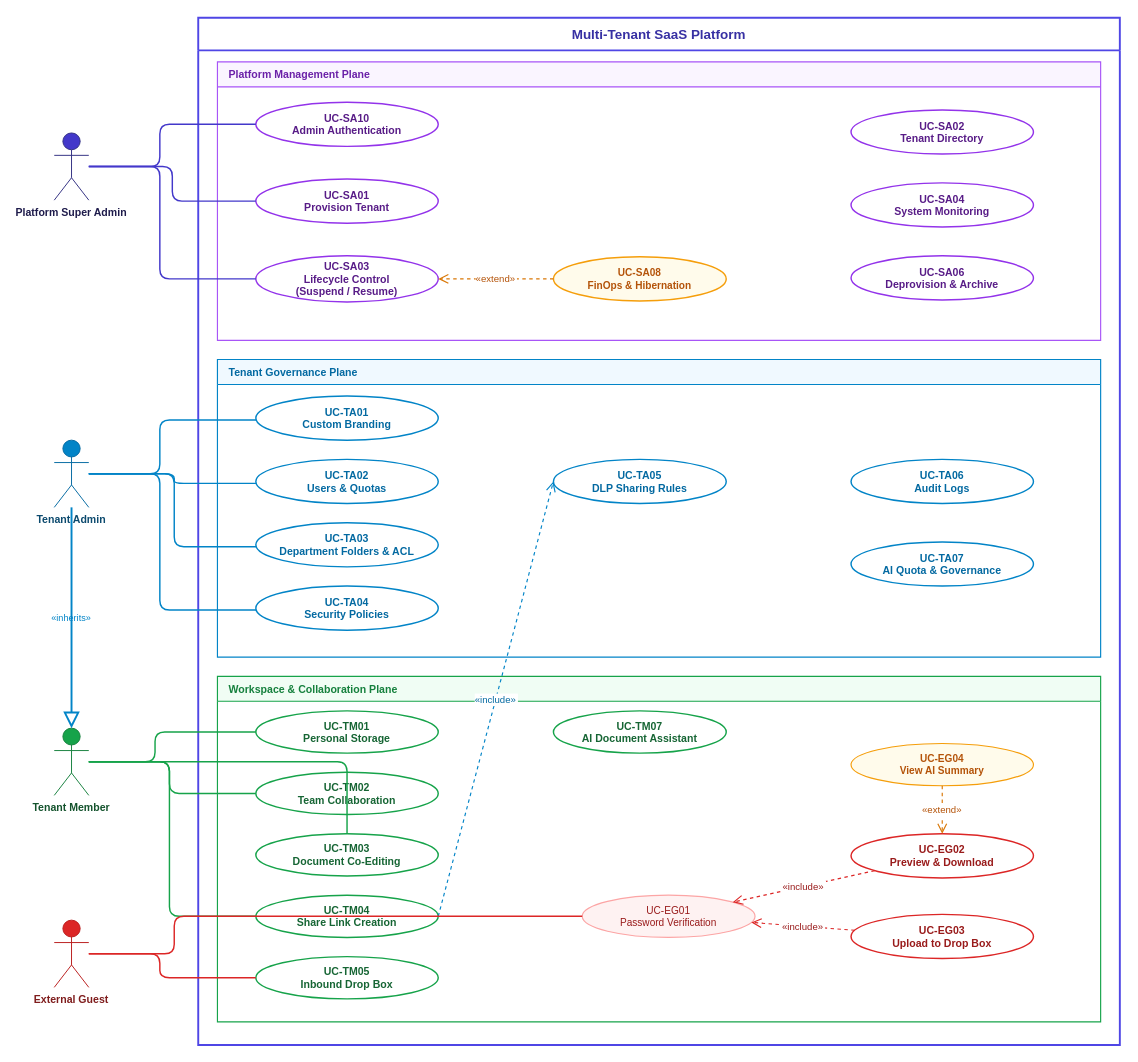
This is system_master_usecase_4actors_column.drawio from FilestoreCloud/docs, a draw.io file, before an edit. Source tidied: cells renumbered, new cells numbered last; positions are measured from the earlier drawing's top-left corner, leaving out a move shared by most shapes. Both pictures are drawn from the tidied source at 96%, with x=0, y=0 at pixel (54, 17).
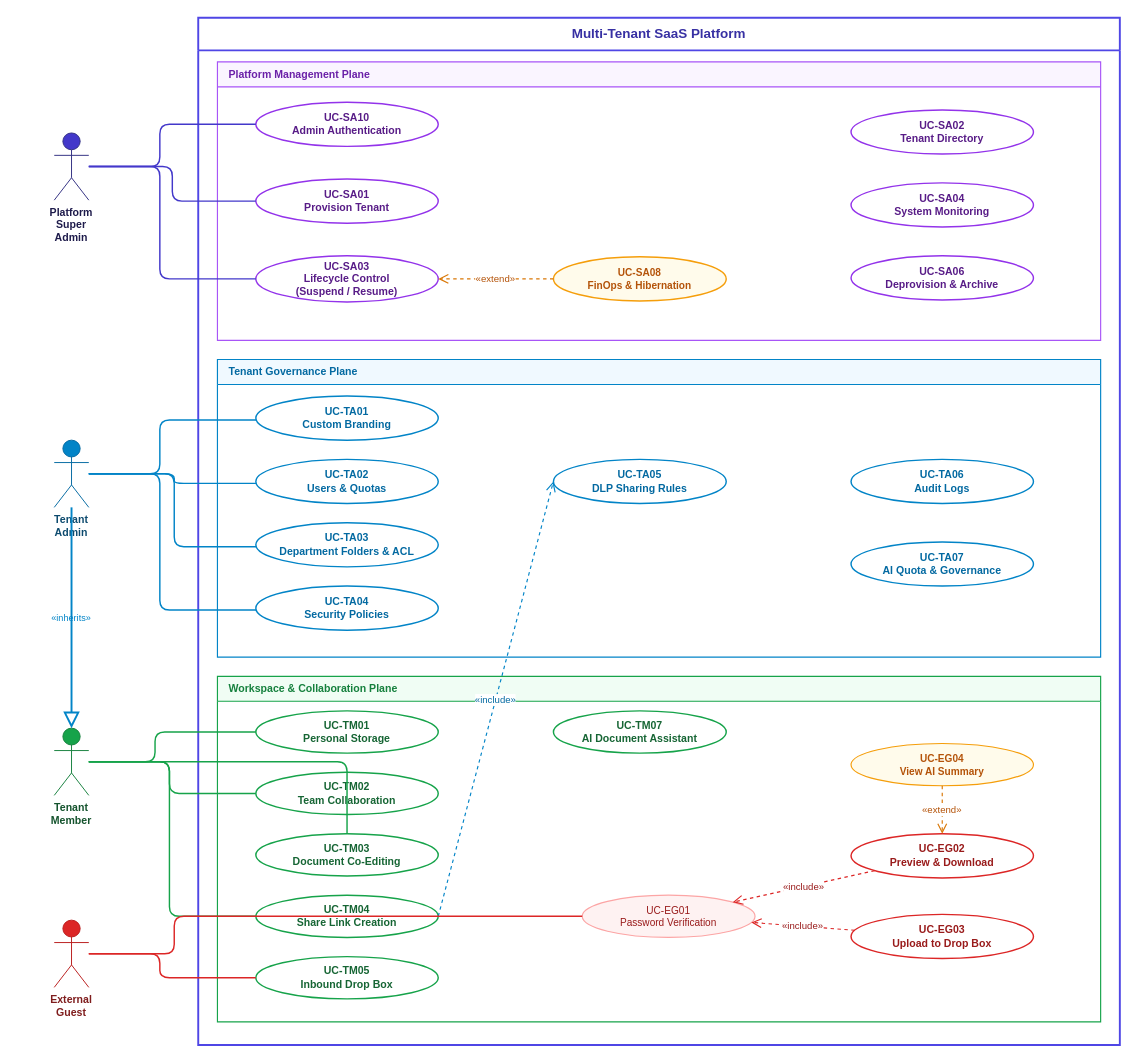
The same page after the edit.

What changed in the source:
```diff
@@
-    <mxCell id="2" value="Multi-Tenant SaaS Platform" style="html=0;swimlane;startSize=34;fillColor=none;strokeColor=#4F46E5;strokeWidth=2;fontStyle=1;fontSize=14;fontColor=#3730A3;rounded=0;arcSize=0;align=center;" parent="1" vertex="1">
+    <mxCell id="2" value="Multi-Tenant SaaS Platform" style="html=0;swimlane;startSize=34;fillColor=none;strokeColor=#4F46E5;strokeWidth=2;fontStyle=1;fontSize=14;fontColor=#3730A3;rounded=0;arcSize=0;align=center;whiteSpace=wrap;" parent="1" vertex="1">
       <mxGeometry x="150" width="960" height="1070" as="geometry" />
     </mxCell>
-    <mxCell id="3" value="Platform Management Plane" style="html=0;swimlane;startSize=26;fillColor=#FAF5FF;strokeColor=#A855F7;strokeWidth=1.2;fontStyle=1;fontSize=11;fontColor=#6B21A8;rounded=0;arcSize=0;align=left;spacingLeft=10;" parent="2" vertex="1">
+    <mxCell id="3" value="Platform Management Plane" style="html=0;swimlane;startSize=26;fillColor=#FAF5FF;strokeColor=#A855F7;strokeWidth=1.2;fontStyle=1;fontSize=11;fontColor=#6B21A8;rounded=0;arcSize=0;align=left;spacingLeft=10;whiteSpace=wrap;" parent="2" vertex="1">
       <mxGeometry x="20" y="46" width="920" height="290" as="geometry" />
     </mxCell>
-    <mxCell id="4" value="UC-SA10&#10;Admin Authentication" style="ellipse;html=0;fillColor=#FFFFFF;strokeColor=#9333EA;strokeWidth=1.5;fontSize=11;fontColor=#581C87;align=center;fontStyle=1;" parent="3" vertex="1">
+    <mxCell id="4" value="UC-SA10&#10;Admin Authentication" style="ellipse;html=0;fillColor=#FFFFFF;strokeColor=#9333EA;strokeWidth=1.5;fontSize=11;fontColor=#581C87;align=center;fontStyle=1;whiteSpace=wrap;" parent="3" vertex="1">
       <mxGeometry x="40" y="42" width="190" height="46" as="geometry" />
     </mxCell>
-    <mxCell id="5" value="UC-SA01&#10;Provision Tenant" style="ellipse;html=0;fillColor=#FFFFFF;strokeColor=#9333EA;strokeWidth=1.5;fontSize=11;fontColor=#581C87;align=center;fontStyle=1;" parent="3" vertex="1">
+    <mxCell id="5" value="UC-SA01&#10;Provision Tenant" style="ellipse;html=0;fillColor=#FFFFFF;strokeColor=#9333EA;strokeWidth=1.5;fontSize=11;fontColor=#581C87;align=center;fontStyle=1;whiteSpace=wrap;" parent="3" vertex="1">
       <mxGeometry x="40" y="122" width="190" height="46" as="geometry" />
     </mxCell>
-    <mxCell id="6" value="UC-SA03&#10;Lifecycle Control&#10;(Suspend / Resume)" style="ellipse;html=0;fillColor=#FFFFFF;strokeColor=#9333EA;strokeWidth=1.5;fontSize=11;fontColor=#581C87;align=center;fontStyle=1;" parent="3" vertex="1">
+    <mxCell id="6" value="UC-SA03&#10;Lifecycle Control&#10;(Suspend / Resume)" style="ellipse;html=0;fillColor=#FFFFFF;strokeColor=#9333EA;strokeWidth=1.5;fontSize=11;fontColor=#581C87;align=center;fontStyle=1;whiteSpace=wrap;" parent="3" vertex="1">
       <mxGeometry x="40" y="202" width="190" height="48" as="geometry" />
     </mxCell>
-    <mxCell id="7" value="UC-SA08&#10;FinOps &amp; Hibernation" style="ellipse;html=0;fillColor=#FFFBEB;strokeColor=#F59E0B;strokeWidth=1.5;fontSize=10.5;fontColor=#B45309;align=center;fontStyle=1;" parent="3" vertex="1">
+    <mxCell id="7" value="UC-SA08&#10;FinOps &amp; Hibernation" style="ellipse;html=0;fillColor=#FFFBEB;strokeColor=#F59E0B;strokeWidth=1.5;fontSize=10.5;fontColor=#B45309;align=center;fontStyle=1;whiteSpace=wrap;" parent="3" vertex="1">
       <mxGeometry x="350" y="203" width="180" height="46" as="geometry" />
     </mxCell>
-    <mxCell id="8" value="UC-SA02&#10;Tenant Directory" style="ellipse;html=0;fillColor=#FFFFFF;strokeColor=#9333EA;strokeWidth=1.5;fontSize=11;fontColor=#581C87;align=center;fontStyle=1;" parent="3" vertex="1">
+    <mxCell id="8" value="UC-SA02&#10;Tenant Directory" style="ellipse;html=0;fillColor=#FFFFFF;strokeColor=#9333EA;strokeWidth=1.5;fontSize=11;fontColor=#581C87;align=center;fontStyle=1;whiteSpace=wrap;" parent="3" vertex="1">
       <mxGeometry x="660" y="50" width="190" height="46" as="geometry" />
     </mxCell>
-    <mxCell id="9" value="UC-SA04&#10;System Monitoring" style="ellipse;html=0;fillColor=#FFFFFF;strokeColor=#9333EA;strokeWidth=1.5;fontSize=11;fontColor=#581C87;align=center;fontStyle=1;" parent="3" vertex="1">
+    <mxCell id="9" value="UC-SA04&#10;System Monitoring" style="ellipse;html=0;fillColor=#FFFFFF;strokeColor=#9333EA;strokeWidth=1.5;fontSize=11;fontColor=#581C87;align=center;fontStyle=1;whiteSpace=wrap;" parent="3" vertex="1">
       <mxGeometry x="660" y="126" width="190" height="46" as="geometry" />
     </mxCell>
-    <mxCell id="10" value="UC-SA06&#10;Deprovision &amp; Archive" style="ellipse;html=0;fillColor=#FFFFFF;strokeColor=#9333EA;strokeWidth=1.5;fontSize=11;fontColor=#581C87;align=center;fontStyle=1;" parent="3" vertex="1">
+    <mxCell id="10" value="UC-SA06&#10;Deprovision &amp; Archive" style="ellipse;html=0;fillColor=#FFFFFF;strokeColor=#9333EA;strokeWidth=1.5;fontSize=11;fontColor=#581C87;align=center;fontStyle=1;whiteSpace=wrap;" parent="3" vertex="1">
       <mxGeometry x="660" y="202" width="190" height="46" as="geometry" />
     </mxCell>
-    <mxCell id="11" value="«extend»" style="edgeStyle=none;html=0;dashed=1;endArrow=open;endSize=8;strokeColor=#D97706;strokeWidth=1.2;fontSize=10;fontColor=#B45309;align=center;" parent="3" edge="1" source="7" target="6">
+    <mxCell id="11" value="«extend»" style="edgeStyle=none;html=0;dashed=1;endArrow=open;endSize=8;strokeColor=#D97706;strokeWidth=1.2;fontSize=10;fontColor=#B45309;align=center;whiteSpace=wrap;" parent="3" edge="1" source="7" target="6">
       <mxGeometry relative="1" as="geometry" />
     </mxCell>
-    <mxCell id="12" value="Tenant Governance Plane" style="html=0;swimlane;startSize=26;fillColor=#F0F9FF;strokeColor=#0284C7;strokeWidth=1.2;fontStyle=1;fontSize=11;fontColor=#0369A1;rounded=0;arcSize=0;align=left;spacingLeft=10;" parent="2" vertex="1">
+    <mxCell id="12" value="Tenant Governance Plane" style="html=0;swimlane;startSize=26;fillColor=#F0F9FF;strokeColor=#0284C7;strokeWidth=1.2;fontStyle=1;fontSize=11;fontColor=#0369A1;rounded=0;arcSize=0;align=left;spacingLeft=10;whiteSpace=wrap;" parent="2" vertex="1">
       <mxGeometry x="20" y="356" width="920" height="310" as="geometry" />
     </mxCell>
-    <mxCell id="13" value="UC-TA01&#10;Custom Branding" style="ellipse;html=0;fillColor=#FFFFFF;strokeColor=#0284C7;strokeWidth=1.5;fontSize=11;fontColor=#0369A1;align=center;fontStyle=1;" parent="12" vertex="1">
+    <mxCell id="13" value="UC-TA01&#10;Custom Branding" style="ellipse;html=0;fillColor=#FFFFFF;strokeColor=#0284C7;strokeWidth=1.5;fontSize=11;fontColor=#0369A1;align=center;fontStyle=1;whiteSpace=wrap;" parent="12" vertex="1">
       <mxGeometry x="40" y="38" width="190" height="46" as="geometry" />
     </mxCell>
-    <mxCell id="14" value="UC-TA02&#10;Users &amp; Quotas" style="ellipse;html=0;fillColor=#FFFFFF;strokeColor=#0284C7;strokeWidth=1.5;fontSize=11;fontColor=#0369A1;align=center;fontStyle=1;" parent="12" vertex="1">
+    <mxCell id="14" value="UC-TA02&#10;Users &amp; Quotas" style="ellipse;html=0;fillColor=#FFFFFF;strokeColor=#0284C7;strokeWidth=1.5;fontSize=11;fontColor=#0369A1;align=center;fontStyle=1;whiteSpace=wrap;" parent="12" vertex="1">
       <mxGeometry x="40" y="104" width="190" height="46" as="geometry" />
     </mxCell>
-    <mxCell id="15" value="UC-TA03&#10;Department Folders &amp; ACL" style="ellipse;html=0;fillColor=#FFFFFF;strokeColor=#0284C7;strokeWidth=1.5;fontSize=11;fontColor=#0369A1;align=center;fontStyle=1;" parent="12" vertex="1">
+    <mxCell id="15" value="UC-TA03&#10;Department Folders &amp; ACL" style="ellipse;html=0;fillColor=#FFFFFF;strokeColor=#0284C7;strokeWidth=1.5;fontSize=11;fontColor=#0369A1;align=center;fontStyle=1;whiteSpace=wrap;" parent="12" vertex="1">
       <mxGeometry x="40" y="170" width="190" height="46" as="geometry" />
     </mxCell>
-    <mxCell id="16" value="UC-TA04&#10;Security Policies" style="ellipse;html=0;fillColor=#FFFFFF;strokeColor=#0284C7;strokeWidth=1.5;fontSize=11;fontColor=#0369A1;align=center;fontStyle=1;" parent="12" vertex="1">
+    <mxCell id="16" value="UC-TA04&#10;Security Policies" style="ellipse;html=0;fillColor=#FFFFFF;strokeColor=#0284C7;strokeWidth=1.5;fontSize=11;fontColor=#0369A1;align=center;fontStyle=1;whiteSpace=wrap;" parent="12" vertex="1">
       <mxGeometry x="40" y="236" width="190" height="46" as="geometry" />
     </mxCell>
-    <mxCell id="17" value="UC-TA05&#10;DLP Sharing Rules" style="ellipse;html=0;fillColor=#FFFFFF;strokeColor=#0284C7;strokeWidth=1.5;fontSize=11;fontColor=#0369A1;align=center;fontStyle=1;" parent="12" vertex="1">
+    <mxCell id="17" value="UC-TA05&#10;DLP Sharing Rules" style="ellipse;html=0;fillColor=#FFFFFF;strokeColor=#0284C7;strokeWidth=1.5;fontSize=11;fontColor=#0369A1;align=center;fontStyle=1;whiteSpace=wrap;" parent="12" vertex="1">
       <mxGeometry x="350" y="104" width="180" height="46" as="geometry" />
     </mxCell>
-    <mxCell id="18" value="UC-TA06&#10;Audit Logs" style="ellipse;html=0;fillColor=#FFFFFF;strokeColor=#0284C7;strokeWidth=1.5;fontSize=11;fontColor=#0369A1;align=center;fontStyle=1;" parent="12" vertex="1">
+    <mxCell id="18" value="UC-TA06&#10;Audit Logs" style="ellipse;html=0;fillColor=#FFFFFF;strokeColor=#0284C7;strokeWidth=1.5;fontSize=11;fontColor=#0369A1;align=center;fontStyle=1;whiteSpace=wrap;" parent="12" vertex="1">
       <mxGeometry x="660" y="104" width="190" height="46" as="geometry" />
     </mxCell>
-    <mxCell id="19" value="UC-TA07&#10;AI Quota &amp; Governance" style="ellipse;html=0;fillColor=#FFFFFF;strokeColor=#0284C7;strokeWidth=1.5;fontSize=11;fontColor=#0369A1;align=center;fontStyle=1;" parent="12" vertex="1">
+    <mxCell id="19" value="UC-TA07&#10;AI Quota &amp; Governance" style="ellipse;html=0;fillColor=#FFFFFF;strokeColor=#0284C7;strokeWidth=1.5;fontSize=11;fontColor=#0369A1;align=center;fontStyle=1;whiteSpace=wrap;" parent="12" vertex="1">
       <mxGeometry x="660" y="190" width="190" height="46" as="geometry" />
     </mxCell>
-    <mxCell id="20" value="Workspace &amp; Collaboration Plane" style="html=0;swimlane;startSize=26;fillColor=#F0FDF4;strokeColor=#16A34A;strokeWidth=1.2;fontStyle=1;fontSize=11;fontColor=#15803D;rounded=0;arcSize=0;align=left;spacingLeft=10;" parent="2" vertex="1">
+    <mxCell id="20" value="Workspace &amp; Collaboration Plane" style="html=0;swimlane;startSize=26;fillColor=#F0FDF4;strokeColor=#16A34A;strokeWidth=1.2;fontStyle=1;fontSize=11;fontColor=#15803D;rounded=0;arcSize=0;align=left;spacingLeft=10;whiteSpace=wrap;" parent="2" vertex="1">
       <mxGeometry x="20" y="686" width="920" height="360" as="geometry" />
     </mxCell>
-    <mxCell id="21" value="UC-TM01&#10;Personal Storage" style="ellipse;html=0;fillColor=#FFFFFF;strokeColor=#16A34A;strokeWidth=1.5;fontSize=11;fontColor=#166534;align=center;fontStyle=1;" parent="20" vertex="1">
+    <mxCell id="21" value="UC-TM01&#10;Personal Storage" style="ellipse;html=0;fillColor=#FFFFFF;strokeColor=#16A34A;strokeWidth=1.5;fontSize=11;fontColor=#166534;align=center;fontStyle=1;whiteSpace=wrap;" parent="20" vertex="1">
       <mxGeometry x="40" y="36" width="190" height="44" as="geometry" />
     </mxCell>
-    <mxCell id="22" value="UC-TM02&#10;Team Collaboration" style="ellipse;html=0;fillColor=#FFFFFF;strokeColor=#16A34A;strokeWidth=1.5;fontSize=11;fontColor=#166534;align=center;fontStyle=1;" parent="20" vertex="1">
+    <mxCell id="22" value="UC-TM02&#10;Team Collaboration" style="ellipse;html=0;fillColor=#FFFFFF;strokeColor=#16A34A;strokeWidth=1.5;fontSize=11;fontColor=#166534;align=center;fontStyle=1;whiteSpace=wrap;" parent="20" vertex="1">
       <mxGeometry x="40" y="100" width="190" height="44" as="geometry" />
     </mxCell>
-    <mxCell id="23" value="UC-TM03&#10;Document Co-Editing" style="ellipse;html=0;fillColor=#FFFFFF;strokeColor=#16A34A;strokeWidth=1.5;fontSize=11;fontColor=#166534;align=center;fontStyle=1;" parent="20" vertex="1">
+    <mxCell id="23" value="UC-TM03&#10;Document Co-Editing" style="ellipse;html=0;fillColor=#FFFFFF;strokeColor=#16A34A;strokeWidth=1.5;fontSize=11;fontColor=#166534;align=center;fontStyle=1;whiteSpace=wrap;" parent="20" vertex="1">
       <mxGeometry x="40" y="164" width="190" height="44" as="geometry" />
     </mxCell>
-    <mxCell id="24" value="UC-TM04&#10;Share Link Creation" style="ellipse;html=0;fillColor=#FFFFFF;strokeColor=#16A34A;strokeWidth=1.5;fontSize=11;fontColor=#166534;align=center;fontStyle=1;" parent="20" vertex="1">
+    <mxCell id="24" value="UC-TM04&#10;Share Link Creation" style="ellipse;html=0;fillColor=#FFFFFF;strokeColor=#16A34A;strokeWidth=1.5;fontSize=11;fontColor=#166534;align=center;fontStyle=1;whiteSpace=wrap;" parent="20" vertex="1">
       <mxGeometry x="40" y="228" width="190" height="44" as="geometry" />
     </mxCell>
-    <mxCell id="25" value="UC-TM05&#10;Inbound Drop Box" style="ellipse;html=0;fillColor=#FFFFFF;strokeColor=#16A34A;strokeWidth=1.5;fontSize=11;fontColor=#166534;align=center;fontStyle=1;" parent="20" vertex="1">
+    <mxCell id="25" value="UC-TM05&#10;Inbound Drop Box" style="ellipse;html=0;fillColor=#FFFFFF;strokeColor=#16A34A;strokeWidth=1.5;fontSize=11;fontColor=#166534;align=center;fontStyle=1;whiteSpace=wrap;" parent="20" vertex="1">
       <mxGeometry x="40" y="292" width="190" height="44" as="geometry" />
     </mxCell>
-    <mxCell id="26" value="UC-TM07&#10;AI Document Assistant" style="ellipse;html=0;fillColor=#FFFFFF;strokeColor=#16A34A;strokeWidth=1.5;fontSize=11;fontColor=#166534;align=center;fontStyle=1;" parent="20" vertex="1">
+    <mxCell id="26" value="UC-TM07&#10;AI Document Assistant" style="ellipse;html=0;fillColor=#FFFFFF;strokeColor=#16A34A;strokeWidth=1.5;fontSize=11;fontColor=#166534;align=center;fontStyle=1;whiteSpace=wrap;" parent="20" vertex="1">
       <mxGeometry x="350" y="36" width="180" height="44" as="geometry" />
     </mxCell>
-    <mxCell id="27" value="UC-EG01&#10;Password Verification" style="ellipse;html=0;fillColor=#FEF2F2;strokeColor=#FCA5A5;strokeWidth=1.2;fontSize=10.5;fontColor=#991B1B;align=center;" parent="20" vertex="1">
+    <mxCell id="27" value="UC-EG01&#10;Password Verification" style="ellipse;html=0;fillColor=#FEF2F2;strokeColor=#FCA5A5;strokeWidth=1.2;fontSize=10.5;fontColor=#991B1B;align=center;whiteSpace=wrap;" parent="20" vertex="1">
       <mxGeometry x="380" y="228" width="180" height="44" as="geometry" />
     </mxCell>
-    <mxCell id="28" value="UC-EG02&#10;Preview &amp; Download" style="ellipse;html=0;fillColor=#FFFFFF;strokeColor=#DC2626;strokeWidth=1.5;fontSize=11;fontColor=#991B1B;align=center;fontStyle=1;" parent="20" vertex="1">
+    <mxCell id="28" value="UC-EG02&#10;Preview &amp; Download" style="ellipse;html=0;fillColor=#FFFFFF;strokeColor=#DC2626;strokeWidth=1.5;fontSize=11;fontColor=#991B1B;align=center;fontStyle=1;whiteSpace=wrap;" parent="20" vertex="1">
       <mxGeometry x="660" y="164" width="190" height="46" as="geometry" />
     </mxCell>
-    <mxCell id="29" value="UC-EG03&#10;Upload to Drop Box" style="ellipse;html=0;fillColor=#FFFFFF;strokeColor=#DC2626;strokeWidth=1.5;fontSize=11;fontColor=#991B1B;align=center;fontStyle=1;" parent="20" vertex="1">
+    <mxCell id="29" value="UC-EG03&#10;Upload to Drop Box" style="ellipse;html=0;fillColor=#FFFFFF;strokeColor=#DC2626;strokeWidth=1.5;fontSize=11;fontColor=#991B1B;align=center;fontStyle=1;whiteSpace=wrap;" parent="20" vertex="1">
       <mxGeometry x="660" y="248" width="190" height="46" as="geometry" />
     </mxCell>
-    <mxCell id="30" value="UC-EG04&#10;View AI Summary" style="ellipse;html=0;fillColor=#FFFBEB;strokeColor=#F59E0B;strokeWidth=1.2;fontSize=10.5;fontColor=#B45309;align=center;fontStyle=1;" parent="20" vertex="1">
+    <mxCell id="30" value="UC-EG04&#10;View AI Summary" style="ellipse;html=0;fillColor=#FFFBEB;strokeColor=#F59E0B;strokeWidth=1.2;fontSize=10.5;fontColor=#B45309;align=center;fontStyle=1;whiteSpace=wrap;" parent="20" vertex="1">
       <mxGeometry x="660" y="70" width="190" height="44" as="geometry" />
     </mxCell>
-    <mxCell id="31" value="«include»" style="edgeStyle=none;html=0;dashed=1;endArrow=open;endSize=8;strokeColor=#0284C7;strokeWidth=1.2;fontSize=10;fontColor=#0369A1;align=center;exitX=1;exitY=0.5;entryX=0;entryY=0.5;" parent="2" edge="1" source="24" target="17">
+    <mxCell id="31" value="«include»" style="edgeStyle=none;html=0;dashed=1;endArrow=open;endSize=8;strokeColor=#0284C7;strokeWidth=1.2;fontSize=10;fontColor=#0369A1;align=center;exitX=1;exitY=0.5;entryX=0;entryY=0.5;whiteSpace=wrap;" parent="2" edge="1" source="24" target="17">
       <mxGeometry relative="1" as="geometry" />
     </mxCell>
-    <mxCell id="32" value="«include»" style="edgeStyle=none;html=0;dashed=1;endArrow=open;endSize=8;strokeColor=#DC2626;strokeWidth=1.2;fontSize=10;fontColor=#991B1B;align=center;" parent="20" edge="1" source="28" target="27">
+    <mxCell id="32" value="«include»" style="edgeStyle=none;html=0;dashed=1;endArrow=open;endSize=8;strokeColor=#DC2626;strokeWidth=1.2;fontSize=10;fontColor=#991B1B;align=center;whiteSpace=wrap;" parent="20" edge="1" source="28" target="27">
       <mxGeometry relative="1" as="geometry" />
     </mxCell>
-    <mxCell id="33" value="«include»" style="edgeStyle=none;html=0;dashed=1;endArrow=open;endSize=8;strokeColor=#DC2626;strokeWidth=1.2;fontSize=10;fontColor=#991B1B;align=center;" parent="20" edge="1" source="29" target="27">
+    <mxCell id="33" value="«include»" style="edgeStyle=none;html=0;dashed=1;endArrow=open;endSize=8;strokeColor=#DC2626;strokeWidth=1.2;fontSize=10;fontColor=#991B1B;align=center;whiteSpace=wrap;" parent="20" edge="1" source="29" target="27">
       <mxGeometry relative="1" as="geometry" />
     </mxCell>
-    <mxCell id="34" value="«extend»" style="edgeStyle=none;html=0;dashed=1;endArrow=open;endSize=8;strokeColor=#D97706;strokeWidth=1.2;fontSize=10;fontColor=#B45309;align=center;" parent="20" edge="1" source="30" target="28">
+    <mxCell id="34" value="«extend»" style="edgeStyle=none;html=0;dashed=1;endArrow=open;endSize=8;strokeColor=#D97706;strokeWidth=1.2;fontSize=10;fontColor=#B45309;align=center;whiteSpace=wrap;" parent="20" edge="1" source="30" target="28">
       <mxGeometry relative="1" as="geometry" />
     </mxCell>
-    <mxCell id="35" value="Platform Super Admin" style="shape=umlActor;verticalLabelPosition=bottom;verticalAlign=top;html=0;outlineConnect=0;fillColor=#4338CA;strokeColor=#312E81;fontColor=#1E1B4B;fontSize=11;fontStyle=1;" parent="1" vertex="1">
+    <mxCell id="35" value="Platform Super Admin" style="shape=umlActor;verticalLabelPosition=bottom;verticalAlign=top;html=0;outlineConnect=0;fillColor=#4338CA;strokeColor=#312E81;fontColor=#1E1B4B;fontSize=11;fontStyle=1;whiteSpace=wrap;" parent="1" vertex="1">
       <mxGeometry y="120" width="36" height="70" as="geometry" />
     </mxCell>
-    <mxCell id="36" value="Tenant Admin" style="shape=umlActor;verticalLabelPosition=bottom;verticalAlign=top;html=0;outlineConnect=0;fillColor=#0284C7;strokeColor=#0369A1;fontColor=#0C4A6E;fontSize=11;fontStyle=1;" parent="1" vertex="1">
+    <mxCell id="36" value="Tenant Admin" style="shape=umlActor;verticalLabelPosition=bottom;verticalAlign=top;html=0;outlineConnect=0;fillColor=#0284C7;strokeColor=#0369A1;fontColor=#0C4A6E;fontSize=11;fontStyle=1;whiteSpace=wrap;" parent="1" vertex="1">
       <mxGeometry y="440" width="36" height="70" as="geometry" />
     </mxCell>
-    <mxCell id="37" value="Tenant Member" style="shape=umlActor;verticalLabelPosition=bottom;verticalAlign=top;html=0;outlineConnect=0;fillColor=#16A34A;strokeColor=#15803D;fontColor=#14532D;fontSize=11;fontStyle=1;" parent="1" vertex="1">
+    <mxCell id="37" value="Tenant Member" style="shape=umlActor;verticalLabelPosition=bottom;verticalAlign=top;html=0;outlineConnect=0;fillColor=#16A34A;strokeColor=#15803D;fontColor=#14532D;fontSize=11;fontStyle=1;whiteSpace=wrap;" parent="1" vertex="1">
       <mxGeometry y="740" width="36" height="70" as="geometry" />
     </mxCell>
-    <mxCell id="38" value="External Guest" style="shape=umlActor;verticalLabelPosition=bottom;verticalAlign=top;html=0;outlineConnect=0;fillColor=#DC2626;strokeColor=#B91C1C;fontColor=#7F1D1D;fontSize=11;fontStyle=1;" parent="1" vertex="1">
+    <mxCell id="38" value="External Guest" style="shape=umlActor;verticalLabelPosition=bottom;verticalAlign=top;html=0;outlineConnect=0;fillColor=#DC2626;strokeColor=#B91C1C;fontColor=#7F1D1D;fontSize=11;fontStyle=1;whiteSpace=wrap;" parent="1" vertex="1">
       <mxGeometry y="940" width="36" height="70" as="geometry" />
     </mxCell>
-    <mxCell id="39" value="«inherits»" style="edgeStyle=orthogonalEdgeStyle;rounded=0;jettySize=auto;html=0;strokeColor=#0284C7;strokeWidth=2;endArrow=block;endFill=0;endSize=12;fontSize=9.5;fontColor=#0284C7;align=center;verticalAlign=middle;labelBackgroundColor=none;" parent="1" edge="1" source="36" target="37">
+    <mxCell id="39" value="«inherits»" style="edgeStyle=orthogonalEdgeStyle;rounded=0;jettySize=auto;html=0;strokeColor=#0284C7;strokeWidth=2;endArrow=block;endFill=0;endSize=12;fontSize=9.5;fontColor=#0284C7;align=center;verticalAlign=middle;labelBackgroundColor=none;whiteSpace=wrap;" parent="1" edge="1" source="36" target="37">
       <mxGeometry relative="1" as="geometry">
         <Array as="points">
           <mxPoint x="18" y="620" />
           <mxPoint x="18" y="620" />
         </Array>
       </mxGeometry>
     </mxCell>
```
